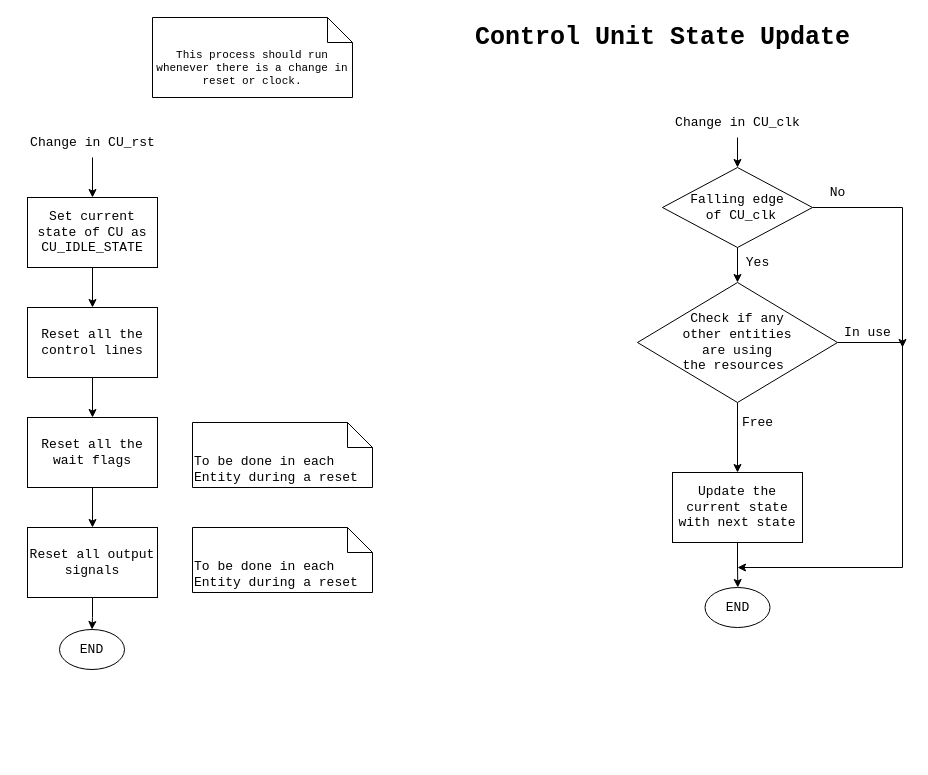
The draw.io diagram page "CU State Update" (2 of 9) of 04_ControlUnit_v1/CPU_Design.drawio in Vichu95/Basic_CPU_FPGA, before the edit. Source tidied: cells renumbered, new cells numbered last; positions are measured from the earlier drawing's top-left corner, leaving out a move shared by most shapes. Both pictures are drawn from the tidied source at 100%, with x=0, y=0 at pixel (17, 17).
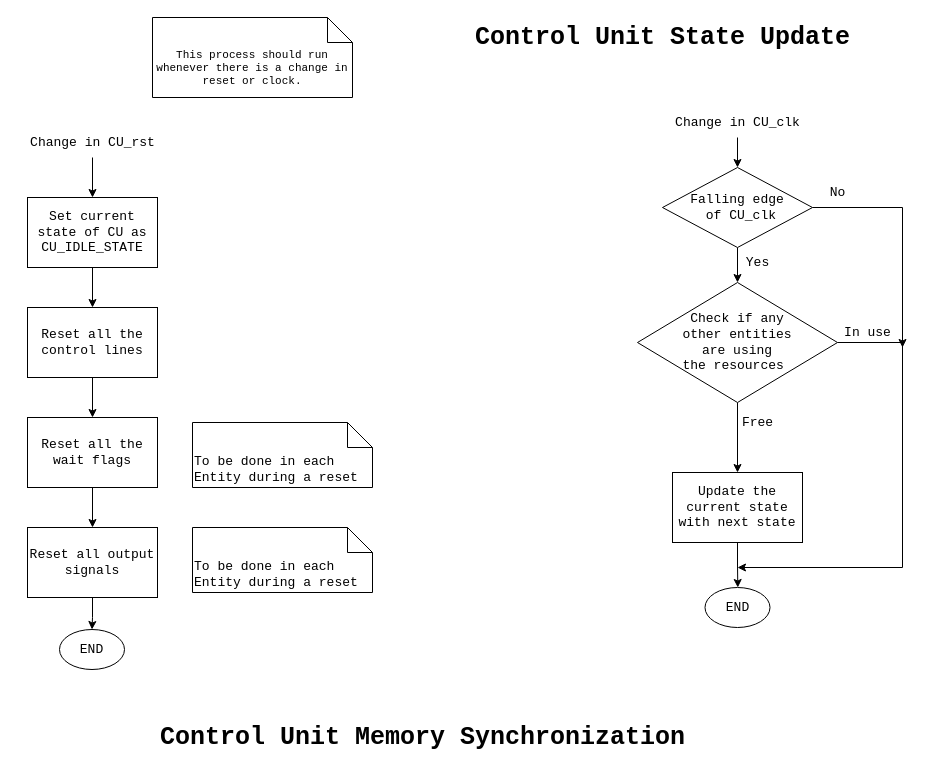
The same page after the edit.

Commit message (it also covers changes not shown here):
Starting to add memory in the block diagram

The edit, as a diff of the source:
```diff
@@
+    <mxCell id="32" value="&lt;b&gt;Control Unit Memory Synchronization&lt;/b&gt;" style="text;html=1;align=center;verticalAlign=middle;strokeColor=none;fillColor=none;fontSize=25;fontFamily=Courier New;" parent="1" vertex="1">
+      <mxGeometry x="130" y="700" width="550" height="40" as="geometry" />
+    </mxCell>
```
